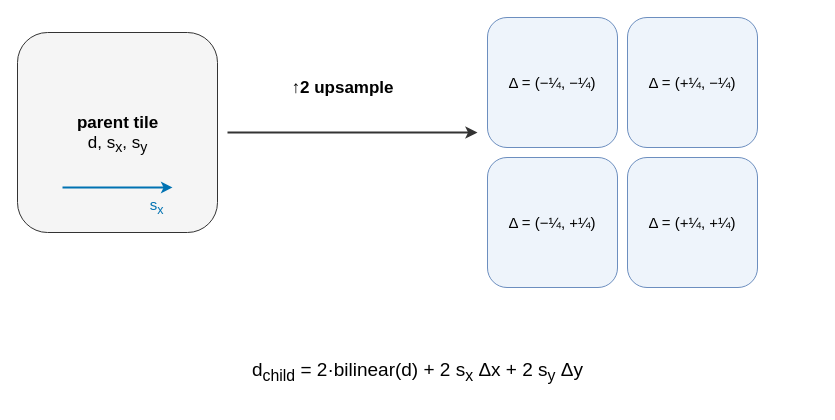
Before: thesis/book/figures/fig_3_5_plane_prop.drawio in abrar-nazib/StereoLite, a draw.io diagram. Source tidied: cells renumbered, new cells numbered last; positions are measured from the earlier drawing's top-left corner, leaving out a move shared by most shapes. Both pictures are drawn from the tidied source at 100%, with x=0, y=0 at pixel (17, 17).
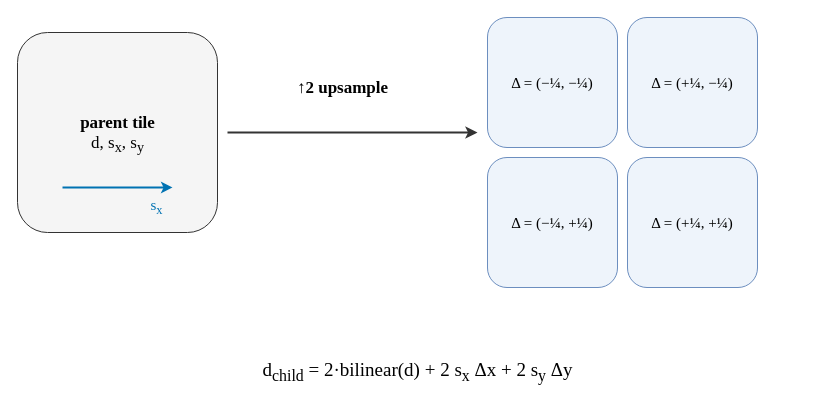
The same page after the edit.

The edit, as a diff of the source:
```diff
@@
 <mxGraphModel>
   <root>
     <mxCell id="0" />
     <mxCell id="1" parent="0" />
-    <mxCell id="2" style="rounded=1;whiteSpace=wrap;html=1;fillColor=#f5f5f5;strokeColor=#333333;fontSize=11;align=center;" parent="1" vertex="1">
+    <mxCell id="2" style="rounded=1;whiteSpace=wrap;html=1;fillColor=#f5f5f5;strokeColor=#333333;fontSize=11;align=center;fontFamily=Times New Roman;" parent="1" vertex="1">
       <mxGeometry y="15" width="200" height="200" as="geometry" />
     </mxCell>
-    <mxCell id="3" value="&lt;b&gt;parent tile&lt;/b&gt;&lt;br&gt;d, s&lt;sub&gt;x&lt;/sub&gt;, s&lt;sub&gt;y&lt;/sub&gt;" style="text;html=1;align=center;verticalAlign=middle;fontSize=17;fontColor=#000000;" parent="1" vertex="1">
+    <mxCell id="3" value="&lt;b&gt;parent tile&lt;/b&gt;&lt;br&gt;d, s&lt;sub&gt;x&lt;/sub&gt;, s&lt;sub&gt;y&lt;/sub&gt;" style="text;html=1;align=center;verticalAlign=middle;fontSize=17;fontColor=#000000;fontFamily=Times New Roman;" parent="1" vertex="1">
       <mxGeometry y="95" width="200" height="44" as="geometry" />
     </mxCell>
-    <mxCell id="4" style="html=1;strokeColor=#0072B2;strokeWidth=1.8;endArrow=classic;" parent="1" edge="1">
+    <mxCell id="4" style="html=1;strokeColor=#0072B2;strokeWidth=1.8;endArrow=classic;fontFamily=Times New Roman;" parent="1" edge="1">
       <mxGeometry relative="1" as="geometry">
         <mxPoint x="45" y="170" as="sourcePoint" />
         <mxPoint x="155" y="170" as="targetPoint" />
       </mxGeometry>
     </mxCell>
-    <mxCell id="5" value="s&lt;sub&gt;x&lt;/sub&gt;" style="text;html=1;align=center;verticalAlign=middle;fontSize=15;fontColor=#0072B2;" parent="1" vertex="1">
+    <mxCell id="5" value="s&lt;sub&gt;x&lt;/sub&gt;" style="text;html=1;align=center;verticalAlign=middle;fontSize=15;fontColor=#0072B2;fontFamily=Times New Roman;" parent="1" vertex="1">
       <mxGeometry x="115" y="177" width="48" height="24" as="geometry" />
     </mxCell>
-    <mxCell id="6" value="&lt;b&gt;&amp;#8593;2 upsample&lt;/b&gt;" style="text;html=1;align=center;verticalAlign=middle;fontSize=17;fontColor=#000000;" parent="1" vertex="1">
+    <mxCell id="6" value="&lt;b&gt;&amp;#8593;2 upsample&lt;/b&gt;" style="text;html=1;align=center;verticalAlign=middle;fontSize=17;fontColor=#000000;fontFamily=Times New Roman;" parent="1" vertex="1">
       <mxGeometry x="230" y="55" width="190" height="32" as="geometry" />
     </mxCell>
-    <mxCell id="7" value="&lt;font style='font-size:15px'&gt;&amp;#916; = (&amp;#8722;¼, &amp;#8722;¼)&lt;/font&gt;" style="rounded=1;whiteSpace=wrap;html=1;fillColor=#eef4fb;strokeColor=#6c8ebf;fontSize=11;align=center;" parent="1" vertex="1">
+    <mxCell id="7" value="&lt;font style='font-size:15px'&gt;&amp;#916; = (&amp;#8722;¼, &amp;#8722;¼)&lt;/font&gt;" style="rounded=1;whiteSpace=wrap;html=1;fillColor=#eef4fb;strokeColor=#6c8ebf;fontSize=11;align=center;fontFamily=Times New Roman;" parent="1" vertex="1">
       <mxGeometry x="470" width="130" height="130" as="geometry" />
     </mxCell>
-    <mxCell id="8" value="&lt;font style='font-size:15px'&gt;&amp;#916; = (+¼, &amp;#8722;¼)&lt;/font&gt;" style="rounded=1;whiteSpace=wrap;html=1;fillColor=#eef4fb;strokeColor=#6c8ebf;fontSize=11;align=center;" parent="1" vertex="1">
+    <mxCell id="8" value="&lt;font style='font-size:15px'&gt;&amp;#916; = (+¼, &amp;#8722;¼)&lt;/font&gt;" style="rounded=1;whiteSpace=wrap;html=1;fillColor=#eef4fb;strokeColor=#6c8ebf;fontSize=11;align=center;fontFamily=Times New Roman;" parent="1" vertex="1">
       <mxGeometry x="610" width="130" height="130" as="geometry" />
     </mxCell>
-    <mxCell id="9" value="&lt;font style='font-size:15px'&gt;&amp;#916; = (&amp;#8722;¼, +¼)&lt;/font&gt;" style="rounded=1;whiteSpace=wrap;html=1;fillColor=#eef4fb;strokeColor=#6c8ebf;fontSize=11;align=center;" parent="1" vertex="1">
+    <mxCell id="9" value="&lt;font style='font-size:15px'&gt;&amp;#916; = (&amp;#8722;¼, +¼)&lt;/font&gt;" style="rounded=1;whiteSpace=wrap;html=1;fillColor=#eef4fb;strokeColor=#6c8ebf;fontSize=11;align=center;fontFamily=Times New Roman;" parent="1" vertex="1">
       <mxGeometry x="470" y="140" width="130" height="130" as="geometry" />
     </mxCell>
-    <mxCell id="10" value="&lt;font style='font-size:15px'&gt;&amp;#916; = (+¼, +¼)&lt;/font&gt;" style="rounded=1;whiteSpace=wrap;html=1;fillColor=#eef4fb;strokeColor=#6c8ebf;fontSize=11;align=center;" parent="1" vertex="1">
+    <mxCell id="10" value="&lt;font style='font-size:15px'&gt;&amp;#916; = (+¼, +¼)&lt;/font&gt;" style="rounded=1;whiteSpace=wrap;html=1;fillColor=#eef4fb;strokeColor=#6c8ebf;fontSize=11;align=center;fontFamily=Times New Roman;" parent="1" vertex="1">
       <mxGeometry x="610" y="140" width="130" height="130" as="geometry" />
     </mxCell>
-    <mxCell id="11" style="html=1;strokeColor=#333333;strokeWidth=2.0;endArrow=classic;" parent="1" edge="1">
+    <mxCell id="11" style="html=1;strokeColor=#333333;strokeWidth=2.0;endArrow=classic;fontFamily=Times New Roman;" parent="1" edge="1">
       <mxGeometry relative="1" as="geometry">
         <mxPoint x="210" y="115" as="sourcePoint" />
         <mxPoint x="460" y="115" as="targetPoint" />
       </mxGeometry>
     </mxCell>
-    <mxCell id="12" value="&lt;font style='font-size:19px'&gt;d&lt;sub&gt;child&lt;/sub&gt; = 2&amp;#183;bilinear(d) + 2 s&lt;sub&gt;x&lt;/sub&gt; &amp;#916;x + 2 s&lt;sub&gt;y&lt;/sub&gt; &amp;#916;y&lt;/font&gt;" style="text;html=1;align=center;verticalAlign=middle;fontSize=19;fontColor=#000000;" parent="1" vertex="1">
+    <mxCell id="12" value="&lt;font style='font-size:19px'&gt;d&lt;sub&gt;child&lt;/sub&gt; = 2&amp;#183;bilinear(d) + 2 s&lt;sub&gt;x&lt;/sub&gt; &amp;#916;x + 2 s&lt;sub&gt;y&lt;/sub&gt; &amp;#916;y&lt;/font&gt;" style="text;html=1;align=center;verticalAlign=middle;fontSize=19;fontColor=#000000;fontFamily=Times New Roman;" parent="1" vertex="1">
       <mxGeometry y="325" width="800" height="60" as="geometry" />
     </mxCell>
   </root>
 </mxGraphModel>
```
